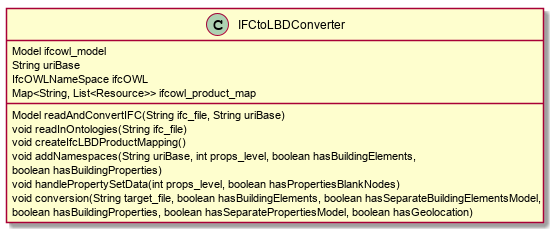
Before: docs/doc-graphs/IFCtoLBDConverter_class_diagram.png, a diagram exported from PlantUML (jyrkioraskari/IFCtoLBD). Its diagram source:
```plantuml
@startuml  doc-graphs/IFCtoLBDConverter_class_diagram.png
class IFCtoLBDConverter {
  Model ifcowl_model
  String uriBase
  IfcOWLNameSpace ifcOWL
  Map<String, List<Resource>> ifcowl_product_map

  Model readAndConvertIFC(String ifc_file, String uriBase)
  void readInOntologies(String ifc_file)
  void createIfcLBDProductMapping()
  void addNamespaces(String uriBase, int props_level, boolean hasBuildingElements,
			boolean hasBuildingProperties)
	  void handlePropertySetData(int props_level, boolean hasPropertiesBlankNodes)
	  void conversion(String target_file, boolean hasBuildingElements, boolean hasSeparateBuildingElementsModel,
			boolean hasBuildingProperties, boolean hasSeparatePropertiesModel, boolean hasGeolocation)
}
     @enduml
```
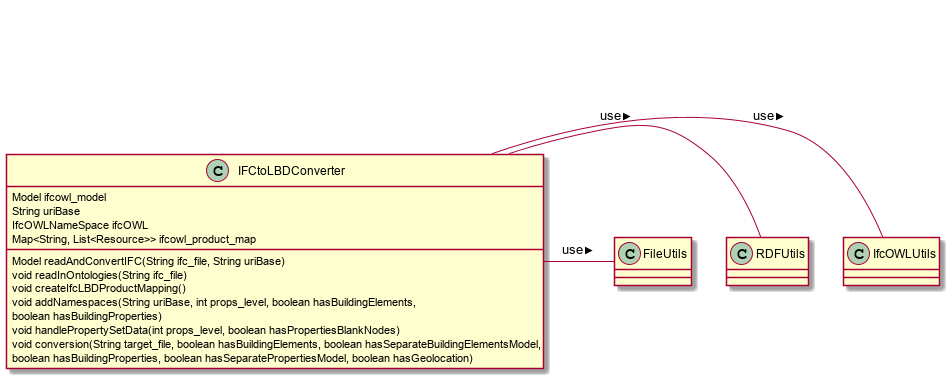
After the commit.

Commit message:
Update the class graph

Change to the diagram source:
```diff
@@ -14,4 +14,8 @@
 	  void conversion(String target_file, boolean hasBuildingElements, boolean hasSeparateBuildingElementsModel,
 			boolean hasBuildingProperties, boolean hasSeparatePropertiesModel, boolean hasGeolocation)
 }
+IFCtoLBDConverter - IfcOWLUtils: use >
+IFCtoLBDConverter - RDFUtils: use >
+IFCtoLBDConverter - FileUtils: use >
+
      @enduml
```
